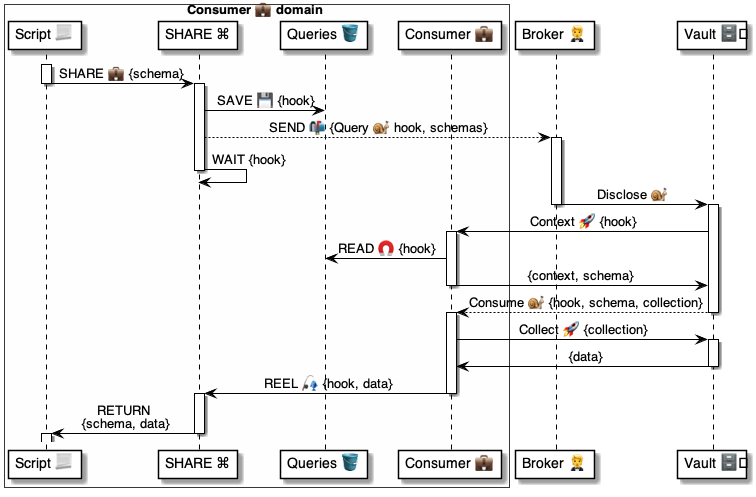
The PlantUML diagram 4 ⚙️ Solution/41 🎭 Domain Roles/Consumers 💼/💼⌘ Consumer cmds/SHARE 💼/💼 SHARE ⚙️ uml.png in pollyweb-org/pollyweb-docs, before a commit. Its source is kept beside it as 4 ⚙️ Solution/41 🎭 Domain Roles/Consumers 💼/💼⌘ Consumer cmds/SHARE 💼/💼 SHARE ⚙️ uml.puml. Source of this version:
```plantuml
@startuml SHARE

box Consumer 💼 domain #FFFFFA
    participant "Script 📃" as script
    participant "SHARE ⌘" as talker
    participant "Queries 🪣" as hooks
    participant "Consumer 💼" as consumer
end box

participant "Broker 🤵" as broker
participant "Vault 🗄️" as vault

activate script
    script -> talker: SHARE 💼 {schema}
deactivate script

activate talker
    talker -> hooks: SAVE 💾 {hook}
    talker --> broker: SEND 📬 {Query 🐌 hook, schemas}
    activate broker
    talker -> talker: WAIT {hook}
deactivate talker

    broker -> vault: Disclose 🐌
deactivate broker

activate vault

    vault -> consumer: Context 🚀 {hook}

    activate consumer
        consumer -> hooks: READ 🧲 {hook}
        consumer -> vault: {context, schema}
    deactivate consumer

    vault --> consumer: Consume 🐌 {hook, schema, collection}
deactivate vault

activate consumer
    consumer -> vault: Collect 🚀 {collection}

    activate vault
        vault -> consumer: {data}
    deactivate vault

    consumer -> talker: REEL 🎣 {hook, data}
deactivate consumer

activate talker
    talker -> script: RETURN \n{schema, data}
deactivate talker

activate script
deactivate script

@enduml
```
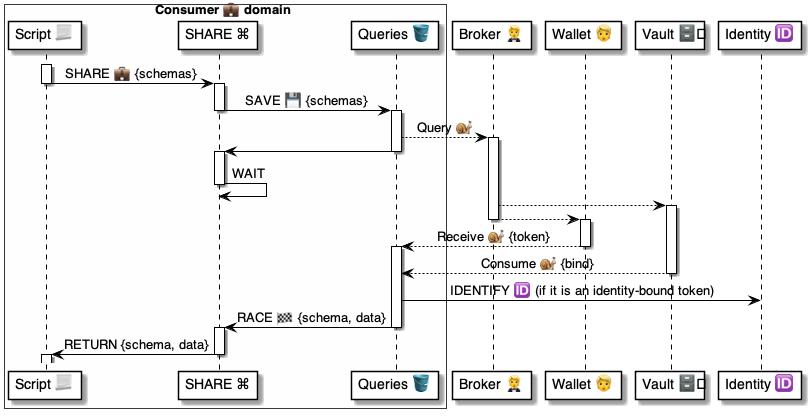
The same diagram one commit later.

Change to the diagram source:
```diff
@@ -3,51 +3,53 @@
 box Consumer 💼 domain #FFFFFA
     participant "Script 📃" as script
     participant "SHARE ⌘" as talker
-    participant "Queries 🪣" as hooks
-    participant "Consumer 💼" as consumer
+    participant "Queries 🪣" as table
 end box
 
 participant "Broker 🤵" as broker
+participant "Wallet 👱" as wallet
 participant "Vault 🗄️" as vault
+participant "Identity 🆔" as identity
 
 activate script
-    script -> talker: SHARE 💼 {schema}
+    script -> talker: SHARE 💼 {schemas}
 deactivate script
 
 activate talker
-    talker -> hooks: SAVE 💾 {hook}
-    talker --> broker: SEND 📬 {Query 🐌 hook, schemas}
-    activate broker
-    talker -> talker: WAIT {hook}
+    talker -> table: SAVE 💾 {schemas}
 deactivate talker
 
-    broker -> vault: Disclose 🐌
+activate table
+    table --> broker: Query 🐌
+activate broker
+    table -> talker
+deactivate table
+
+activate talker
+    talker -> talker: WAIT
+deactivate talker
+
+    broker --> vault:
+    activate vault
+
+    broker --> wallet:
 deactivate broker
+activate wallet
 
-activate vault
+    wallet --> table: Receive 🐌 {token}
+deactivate wallet
+activate table
 
-    vault -> consumer: Context 🚀 {hook}
-
-    activate consumer
-        consumer -> hooks: READ 🧲 {hook}
-        consumer -> vault: {context, schema}
-    deactivate consumer
-
-    vault --> consumer: Consume 🐌 {hook, schema, collection}
+    vault --> table: Consume 🐌 {bind}
 deactivate vault
 
-activate consumer
-    consumer -> vault: Collect 🚀 {collection}
+    table -> identity: IDENTIFY 🆔 (if it is an identity-bound token)
 
-    activate vault
-        vault -> consumer: {data}
-    deactivate vault
-
-    consumer -> talker: REEL 🎣 {hook, data}
-deactivate consumer
+    table -> talker: RACE 🏁 {schema, data}
+deactivate table
 
 activate talker
-    talker -> script: RETURN \n{schema, data}
+    talker -> script: RETURN {schema, data}
 deactivate talker
 
 activate script
```
